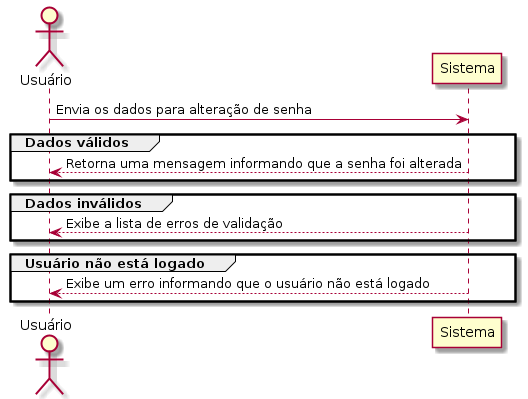
Earlier version of the PlantUML export out/casos-de-uso/USU03/USU03.png (CleysonPH/desafio-gastos-pessoais). Its diagram source:
```plantuml
@startuml USU03

actor Usuário
participant Sistema

Usuário -> Sistema: Envia os dados para alteração de senha

group Dados válidos
  Sistema --> Usuário: Retorna uma mensagem informando que a senha foi alterada
end

group Dados inválidos
  Sistema --> Usuário: Exibe a lista de erros de validação
end

group Usuário não está logado
  Sistema --> Usuário: Exibe um erro informando que o usuário não está logado
end

@enduml
```
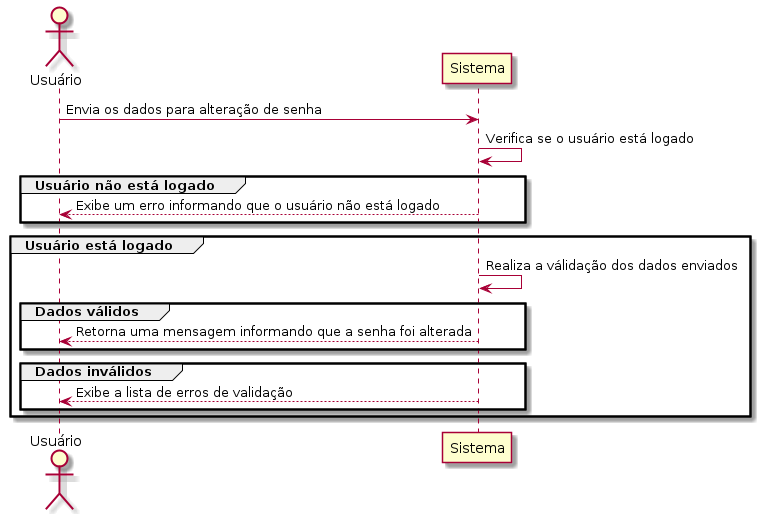
The same diagram one commit later.

What changed in the source:
```diff
@@ -5,16 +5,20 @@
 
 Usuário -> Sistema: Envia os dados para alteração de senha
 
-group Dados válidos
-  Sistema --> Usuário: Retorna uma mensagem informando que a senha foi alterada
-end
-
-group Dados inválidos
-  Sistema --> Usuário: Exibe a lista de erros de validação
-end
-
+Sistema -> Sistema: Verifica se o usuário está logado
 group Usuário não está logado
   Sistema --> Usuário: Exibe um erro informando que o usuário não está logado
 end
 
+group Usuário está logado
+  Sistema -> Sistema: Realiza a válidação dos dados enviados
+  group Dados válidos
+    Sistema --> Usuário: Retorna uma mensagem informando que a senha foi alterada
+  end
+
+  group Dados inválidos
+    Sistema --> Usuário: Exibe a lista de erros de validação
+  end
+end
+
 @enduml
```
